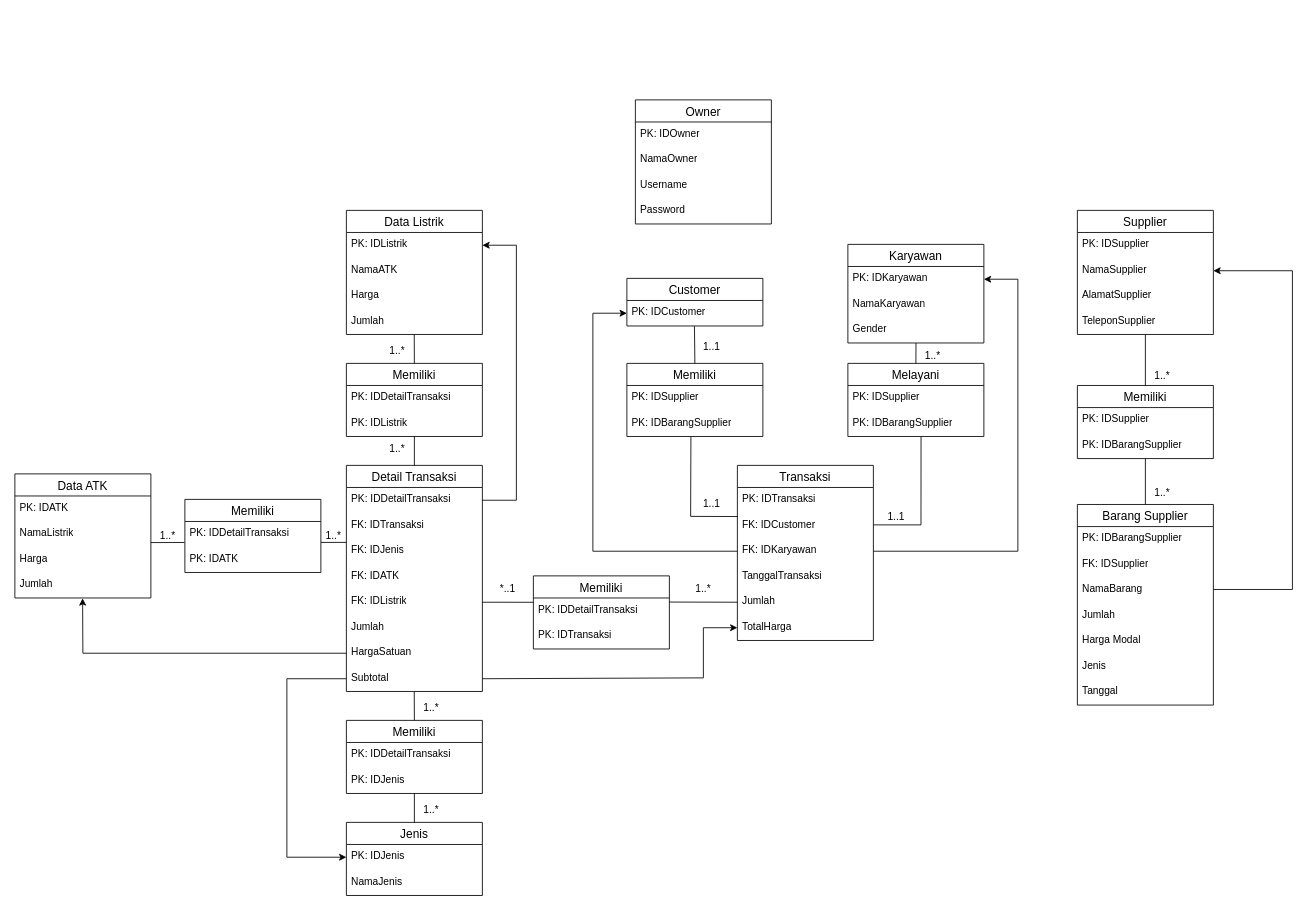
Above: page "Tabel ERD" (1 of 3) of wahyulistrik.drawio in NCalvaretta/Lab-Algorithm-and-Programming (draw.io), before the change. Source tidied: cells renumbered, new cells numbered last; positions are measured from the earlier drawing's top-left corner, leaving out a move shared by most shapes. Both pictures are drawn from the tidied source at 85%, with x=0, y=0 at pixel (14, 99).
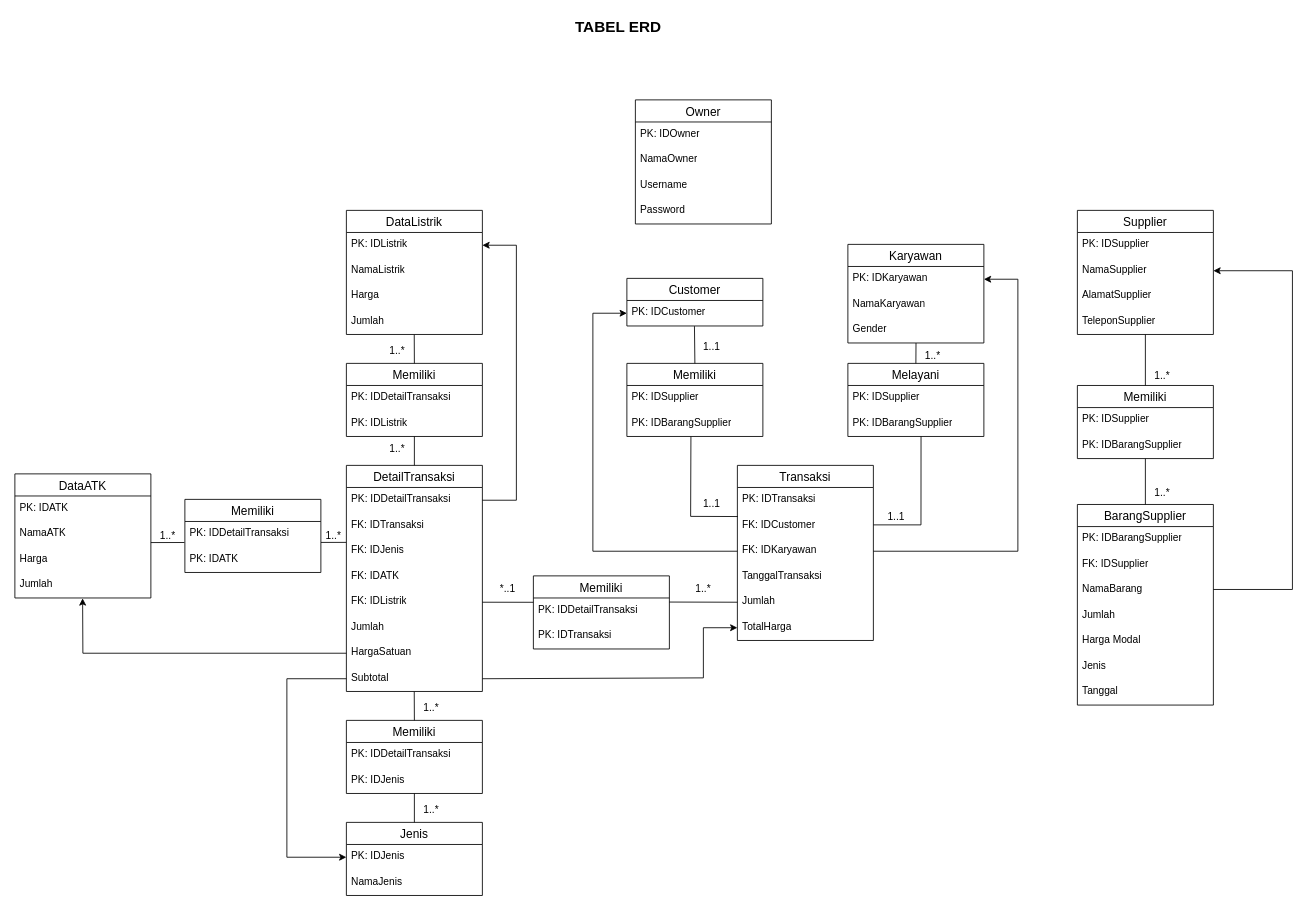
Above is the later version.

The edit, as a diff of the source:
```diff
@@
-    <mxCell id="5" value="Data Listrik" style="swimlane;fontStyle=0;horizontal=1;startSize=26;align=center;fontSize=14;" parent="1" vertex="1">
+    <mxCell id="5" value="DataListrik" style="swimlane;fontStyle=0;horizontal=1;startSize=26;align=center;fontSize=14;" parent="1" vertex="1">
       <mxGeometry x="390" y="130" width="160" height="146" as="geometry" />
     </mxCell>
@@
-    <mxCell id="7" value="NamaATK" style="text;strokeColor=none;fillColor=none;spacingLeft=4;spacingRight=4;overflow=hidden;fontSize=12;whiteSpace=wrap;html=1;" parent="5" vertex="1">
+    <mxCell id="7" value="NamaListrik" style="text;strokeColor=none;fillColor=none;spacingLeft=4;spacingRight=4;overflow=hidden;fontSize=12;whiteSpace=wrap;html=1;" parent="5" vertex="1">
       <mxGeometry y="56" width="160" height="30" as="geometry" />
     </mxCell>
@@
-    <mxCell id="10" value="Data ATK" style="swimlane;fontStyle=0;horizontal=1;startSize=26;align=center;fontSize=14;" parent="1" vertex="1">
+    <mxCell id="10" value="DataATK" style="swimlane;fontStyle=0;horizontal=1;startSize=26;align=center;fontSize=14;" parent="1" vertex="1">
       <mxGeometry y="440" width="160" height="146" as="geometry" />
     </mxCell>
@@
-    <mxCell id="12" value="NamaListrik" style="text;strokeColor=none;fillColor=none;spacingLeft=4;spacingRight=4;overflow=hidden;points=[[0,0.5],[1,0.5]];portConstraint=eastwest;fontSize=12;whiteSpace=wrap;html=1;" parent="10" vertex="1">
+    <mxCell id="12" value="NamaATK" style="text;strokeColor=none;fillColor=none;spacingLeft=4;spacingRight=4;overflow=hidden;points=[[0,0.5],[1,0.5]];portConstraint=eastwest;fontSize=12;whiteSpace=wrap;html=1;" parent="10" vertex="1">
       <mxGeometry y="56" width="160" height="30" as="geometry" />
     </mxCell>
@@
-    <mxCell id="31" value="Barang Supplier" style="swimlane;fontStyle=0;horizontal=1;startSize=26;align=center;fontSize=14;" parent="1" vertex="1">
+    <mxCell id="31" value="BarangSupplier" style="swimlane;fontStyle=0;horizontal=1;startSize=26;align=center;fontSize=14;" parent="1" vertex="1">
       <mxGeometry x="1250" y="476" width="160" height="236" as="geometry" />
     </mxCell>
@@
-    <mxCell id="46" value="Detail Transaksi" style="swimlane;fontStyle=0;horizontal=1;startSize=26;align=center;fontSize=14;" parent="1" vertex="1">
+    <mxCell id="46" value="DetailTransaksi" style="swimlane;fontStyle=0;horizontal=1;startSize=26;align=center;fontSize=14;" parent="1" vertex="1">
       <mxGeometry x="390" y="430" width="160" height="266" as="geometry" />
     </mxCell>
@@
+    <mxCell id="111" value="&lt;b&gt;&lt;font style=&quot;font-size: 18px;&quot;&gt;TABEL ERD&lt;/font&gt;&lt;/b&gt;" style="text;html=1;align=center;verticalAlign=middle;whiteSpace=wrap;rounded=0;" parent="1" vertex="1">
+      <mxGeometry x="650" y="-100" width="120" height="30" as="geometry" />
+    </mxCell>
```
